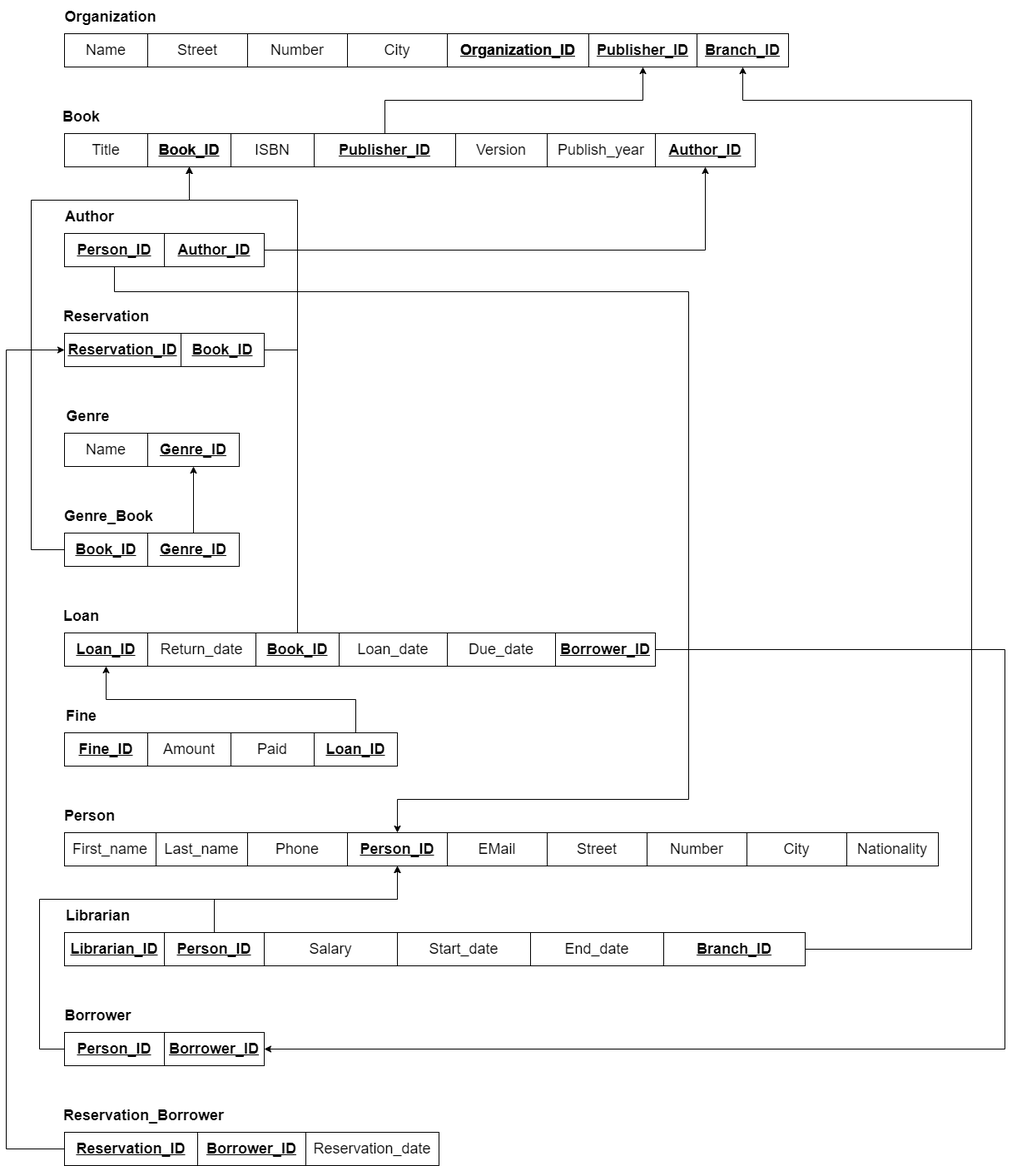
Before: Relational_Model/Relational Model - 3NF.png, a diagram exported from draw.io (YouAndMEME/sose23-database). Source tidied: cells renumbered, new cells last; positions are measured from the earlier drawing's top-left corner, leaving out a move shared by most shapes.
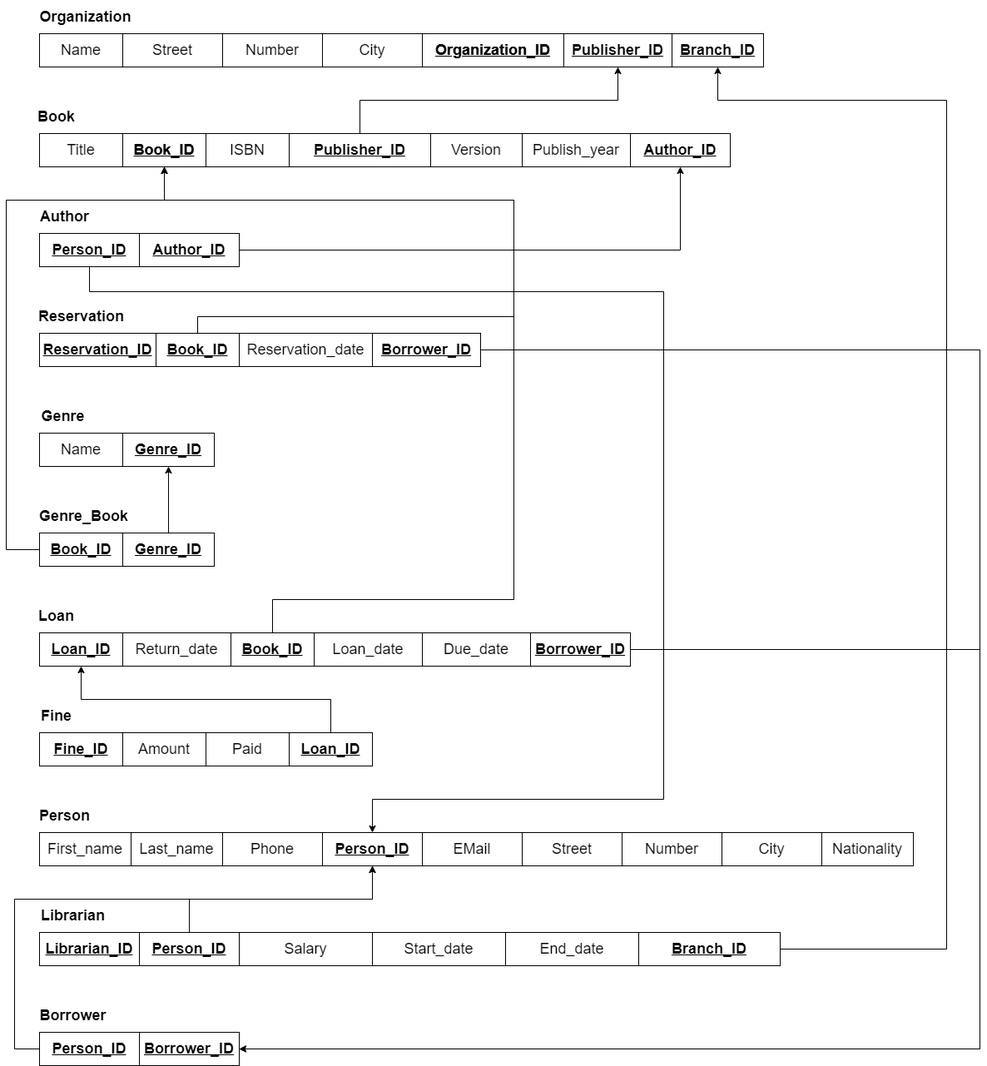
After the commit.

Commit message:
Updated Relational Model Borrower

Diff of the diagram source:
```diff
@@ -68,8 +68,9 @@
     <mxCell id="23" style="edgeStyle=orthogonalEdgeStyle;rounded=0;jettySize=auto;html=1;entryX=0.5;entryY=1;entryDx=0;entryDy=0;fontSize=18;" parent="1" edge="1" source="24" target="22">
       <mxGeometry relative="1" as="geometry">
         <Array as="points">
-          <mxPoint x="350" y="420" />
-          <mxPoint x="350" y="240" />
+          <mxPoint x="260" y="380" />
+          <mxPoint x="640" y="380" />
+          <mxPoint x="640" y="240" />
           <mxPoint x="220" y="240" />
         </Array>
       </mxGeometry>
@@ -106,7 +107,9 @@
     <mxCell id="32" style="edgeStyle=orthogonalEdgeStyle;rounded=0;jettySize=auto;html=1;entryX=0.5;entryY=1;entryDx=0;entryDy=0;fontSize=18;" parent="1" edge="1" source="33" target="22">
       <mxGeometry relative="1" as="geometry">
         <Array as="points">
-          <mxPoint x="350" y="240" />
+          <mxPoint x="350" y="720" />
+          <mxPoint x="640" y="720" />
+          <mxPoint x="640" y="240" />
           <mxPoint x="220" y="240" />
         </Array>
       </mxGeometry>
@@ -166,25 +169,19 @@
     <mxCell id="45" value="&lt;b&gt;Person_ID&lt;/b&gt;" style="whiteSpace=wrap;html=1;align=center;strokeColor=default;fontSize=18;fillColor=none;fontStyle=4;" parent="1" vertex="1">
       <mxGeometry x="70" y="1240" width="120" height="40" as="geometry" />
     </mxCell>
-    <mxCell id="46" value="Reservation_Borrower" style="text;strokeColor=none;fillColor=none;html=1;fontSize=18;fontStyle=1;verticalAlign=middle;align=center;" parent="1" vertex="1">
-      <mxGeometry x="110" y="1320" width="110" height="40" as="geometry" />
-    </mxCell>
-    <mxCell id="47" style="edgeStyle=orthogonalEdgeStyle;rounded=0;jettySize=auto;html=1;entryX=0;entryY=0.5;entryDx=0;entryDy=0;fontSize=18;" parent="1" edge="1" source="48" target="10">
-      <mxGeometry relative="1" as="geometry">
-        <Array as="points">
-          <mxPoint y="1380" />
-          <mxPoint y="420" />
-        </Array>
-      </mxGeometry>
-    </mxCell>
-    <mxCell id="48" value="Reservation_ID" style="whiteSpace=wrap;html=1;align=center;strokeColor=default;fontSize=18;fillColor=none;fontStyle=5;" parent="1" vertex="1">
-      <mxGeometry x="70" y="1360" width="160" height="40" as="geometry" />
-    </mxCell>
+    <mxCell id="81" style="edgeStyle=orthogonalEdgeStyle;rounded=0;jettySize=auto;html=1;entryX=1;entryY=0.5;entryDx=0;entryDy=0;" parent="1" edge="1" source="49" target="41">
+      <mxGeometry relative="1" as="geometry">
+        <Array as="points">
+          <mxPoint x="1200" y="420" />
+          <mxPoint x="1200" y="1260" />
+        </Array>
+      </mxGeometry>
+    </mxCell>
     <mxCell id="49" value="Borrower_ID" style="whiteSpace=wrap;html=1;align=center;strokeColor=default;fontSize=18;fillColor=none;fontStyle=5;" parent="1" vertex="1">
-      <mxGeometry x="230" y="1360" width="130" height="40" as="geometry" />
+      <mxGeometry x="470" y="400" width="130" height="40" as="geometry" />
     </mxCell>
     <mxCell id="50" value="Reservation_date" style="whiteSpace=wrap;html=1;align=center;strokeColor=default;fontSize=18;fillColor=none;" parent="1" vertex="1">
-      <mxGeometry x="360" y="1360" width="160" height="40" as="geometry" />
+      <mxGeometry x="310" y="400" width="160" height="40" as="geometry" />
     </mxCell>
     <mxCell id="51" style="edgeStyle=orthogonalEdgeStyle;rounded=0;jettySize=auto;html=1;entryX=0.5;entryY=1;entryDx=0;entryDy=0;" parent="1" edge="1" source="52" target="17">
       <mxGeometry relative="1" as="geometry">
```
